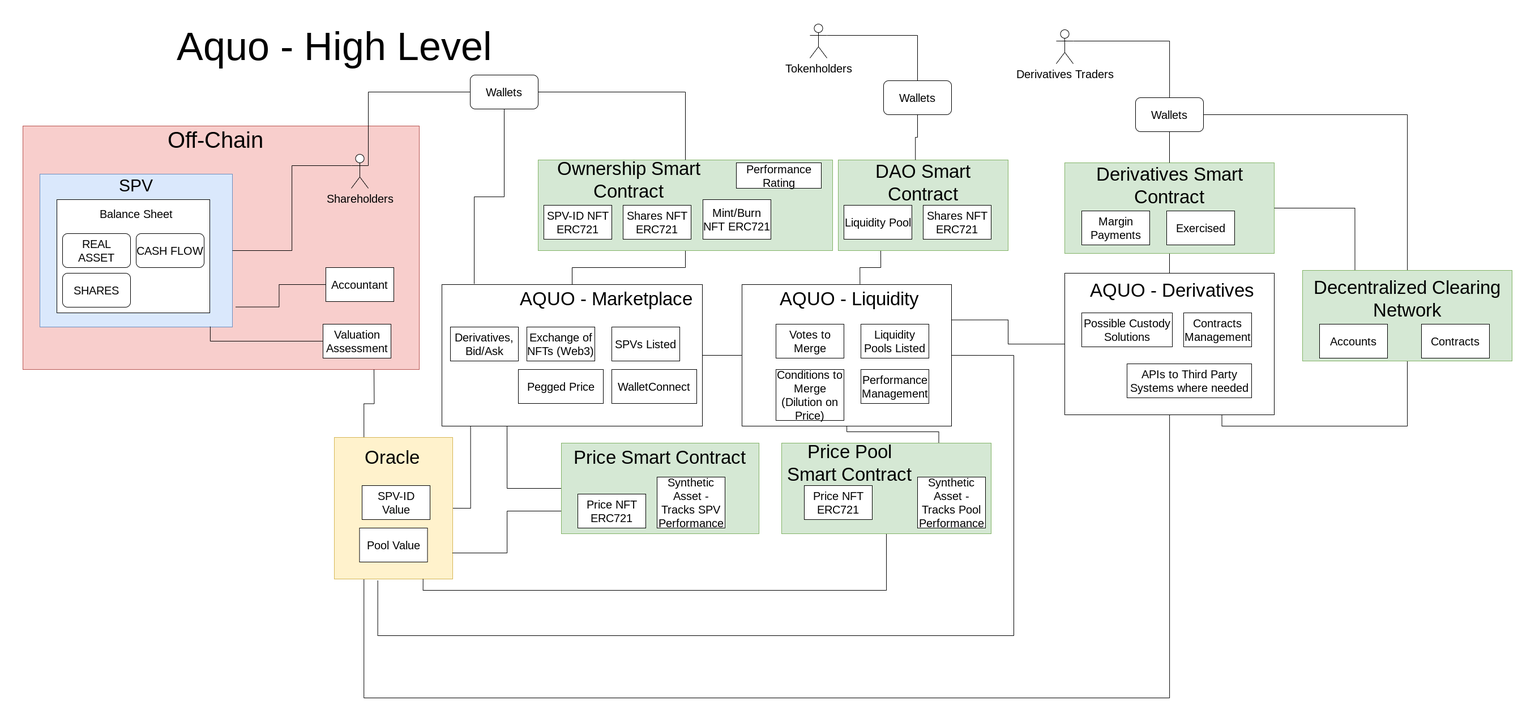
cryptotrader2023/aquo keeps this draw.io diagram as public/realasset1.png. Above is the earlier version. Source tidied: cells renumbered, new cells last; positions are measured from the earlier drawing's top-left corner, leaving out a move shared by most shapes.
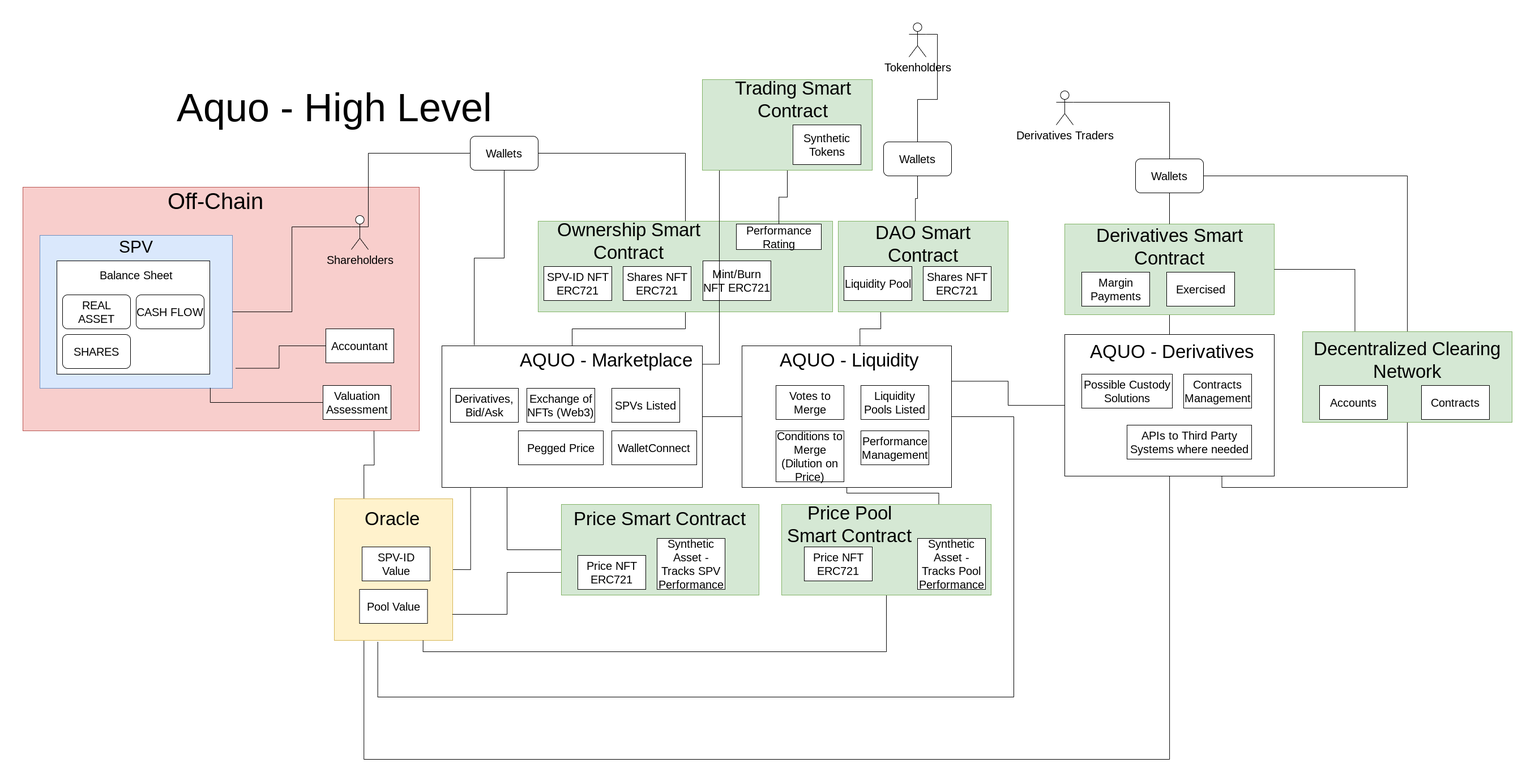
The same file after the commit.

Commit message:
synthetic tokens

synthetic tokens

Change to the diagram source:
```diff
@@ -221,7 +221,7 @@
       <mxGeometry relative="1" as="geometry" />
     </mxCell>
     <mxCell id="69" value="&lt;font style=&quot;font-size: 20px;&quot;&gt;Tokenholders&lt;/font&gt;" style="shape=umlActor;verticalLabelPosition=bottom;verticalAlign=top;html=1;outlineConnect=0;" parent="1" vertex="1">
-      <mxGeometry x="1390" width="30" height="60" as="geometry" />
+      <mxGeometry x="1565" y="-110" width="30" height="60" as="geometry" />
     </mxCell>
     <mxCell id="70" style="edgeStyle=orthogonalEdgeStyle;rounded=0;jettySize=auto;html=1;exitX=0.5;exitY=1;exitDx=0;exitDy=0;entryX=0.454;entryY=-0.001;entryDx=0;entryDy=0;entryPerimeter=0;endArrow=none;endFill=0;" parent="1" edge="1" source="71" target="51">
       <mxGeometry relative="1" as="geometry" />
@@ -298,5 +298,25 @@
     <mxCell id="94" value="&lt;span style=&quot;font-size: 20px;&quot;&gt;Contracts&lt;/span&gt;" style="rounded=0;whiteSpace=wrap;html=1;" parent="1" vertex="1">
       <mxGeometry x="2470" y="530" width="120" height="60" as="geometry" />
     </mxCell>
+    <mxCell id="95" style="edgeStyle=orthogonalEdgeStyle;rounded=0;jettySize=auto;html=1;exitX=0.25;exitY=1;exitDx=0;exitDy=0;entryX=1;entryY=0.75;entryDx=0;entryDy=0;endArrow=none;endFill=0;" parent="1" edge="1" source="97" target="27">
+      <mxGeometry relative="1" as="geometry">
+        <Array as="points">
+          <mxPoint x="1230" y="150" />
+          <mxPoint x="1230" y="492" />
+        </Array>
+      </mxGeometry>
+    </mxCell>
+    <mxCell id="96" style="edgeStyle=orthogonalEdgeStyle;rounded=0;jettySize=auto;html=1;exitX=0.5;exitY=1;exitDx=0;exitDy=0;endArrow=none;endFill=0;" parent="1" edge="1" source="97" target="59">
+      <mxGeometry relative="1" as="geometry" />
+    </mxCell>
+    <mxCell id="97" style="rounded=0;whiteSpace=wrap;html=1;fillColor=#d5e8d4;strokeColor=#82b366;" parent="1" vertex="1">
+      <mxGeometry x="1200" y="-10" width="300" height="160" as="geometry" />
+    </mxCell>
+    <mxCell id="98" value="&lt;span style=&quot;font-size: 33px;&quot;&gt;Trading Smart Contract&lt;/span&gt;" style="text;html=1;strokeColor=none;fillColor=none;align=center;verticalAlign=middle;whiteSpace=wrap;rounded=0;" parent="1" vertex="1">
+      <mxGeometry x="1230" y="10" width="260" height="30" as="geometry" />
+    </mxCell>
+    <mxCell id="99" value="&lt;font style=&quot;font-size: 20px;&quot;&gt;Synthetic Tokens&lt;/font&gt;" style="rounded=0;whiteSpace=wrap;html=1;" parent="1" vertex="1">
+      <mxGeometry x="1360" y="70" width="120" height="70" as="geometry" />
+    </mxCell>
   </root>
 </mxGraphModel>
```
